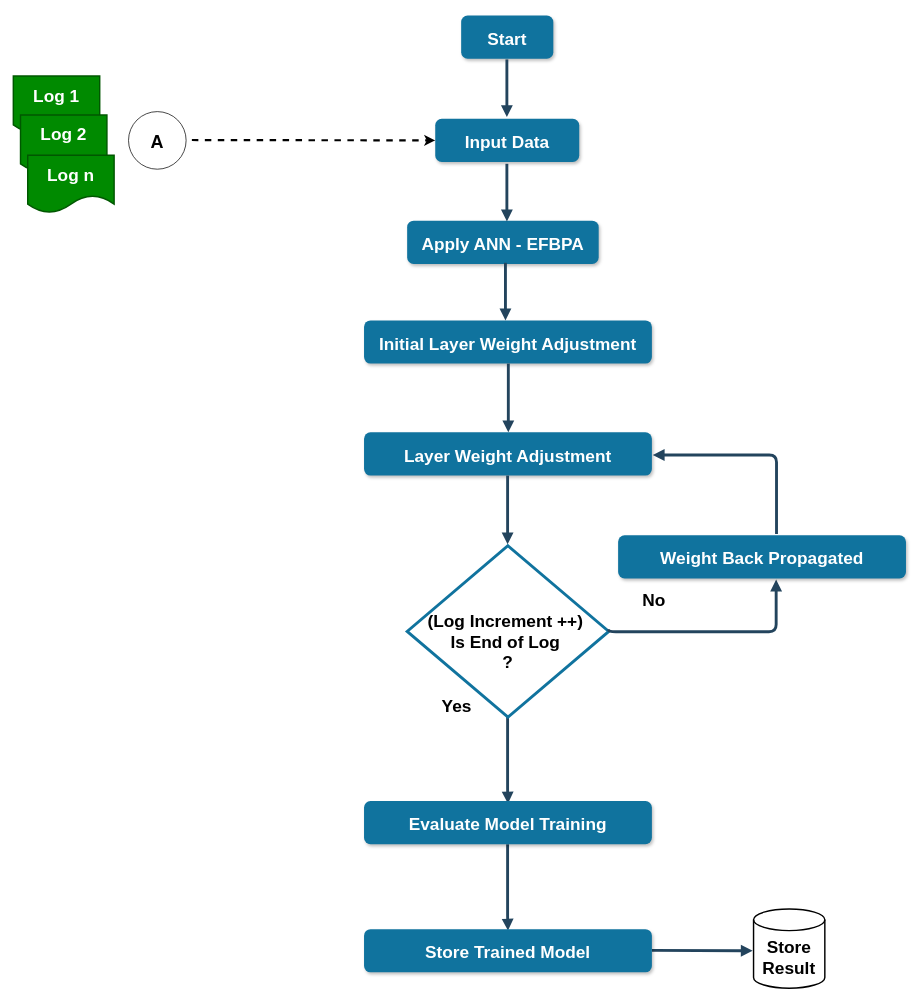
Before: Part B.drawio in Sjbill/Vishal-Deepfake-Dataset, a draw.io diagram. Source tidied: cells renumbered, new cells numbered last; positions are measured from the earlier drawing's top-left corner, leaving out a move shared by most shapes. Both pictures are drawn from the tidied source at 72%, with x=0, y=0 at pixel (13, 15).
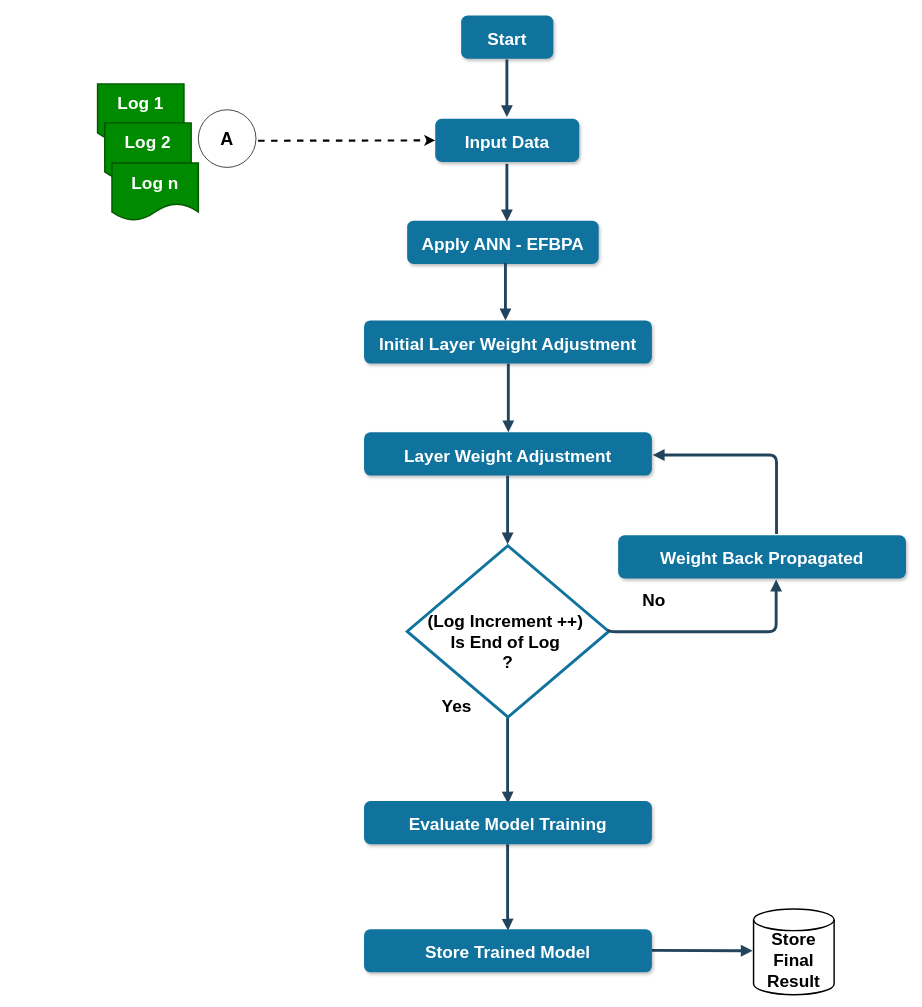
After the change.

The edit, as a diff of the source:
```diff
@@
     <mxCell id="5" value="&lt;b style=&quot;font-size: 24px;&quot;&gt;Log 1&lt;/b&gt;" style="shape=document;whiteSpace=wrap;html=1;boundedLbl=1;strokeWidth=2;fontSize=24;fillColor=#008a00;fontColor=#ffffff;strokeColor=#005700;" parent="1" vertex="1">
-      <mxGeometry y="84" width="120" height="80" as="geometry" />
+      <mxGeometry x="117" y="95" width="120" height="80" as="geometry" />
     </mxCell>
     <mxCell id="6" value="&lt;b style=&quot;font-size: 24px;&quot;&gt;Log 2&lt;/b&gt;" style="shape=document;whiteSpace=wrap;html=1;boundedLbl=1;strokeWidth=2;fontSize=24;fillColor=#008a00;fontColor=#ffffff;strokeColor=#005700;" parent="1" vertex="1">
-      <mxGeometry x="10" y="138.2" width="120" height="80" as="geometry" />
+      <mxGeometry x="127" y="149.2" width="120" height="80" as="geometry" />
     </mxCell>
     <mxCell id="7" style="endArrow=classic;html=1;rounded=0;entryX=1;entryY=0.5;entryDx=0;entryDy=0;dashed=1;strokeWidth=3;fontSize=24;" parent="1" edge="1">
       <mxGeometry relative="1" as="geometry">
-        <mxPoint x="248" y="173" as="sourcePoint" />
+        <mxPoint x="340" y="174" as="sourcePoint" />
         <mxPoint x="586" y="173.5" as="targetPoint" />
       </mxGeometry>
     </mxCell>
@@
     <mxCell id="15" value="&lt;b style=&quot;font-size: 24px;&quot;&gt;Log n&lt;/b&gt;" style="shape=document;whiteSpace=wrap;html=1;boundedLbl=1;strokeWidth=2;fontSize=24;fillColor=#008a00;fontColor=#ffffff;strokeColor=#005700;" parent="1" vertex="1">
-      <mxGeometry x="20" y="194" width="120" height="80" as="geometry" />
+      <mxGeometry x="137" y="205" width="120" height="80" as="geometry" />
     </mxCell>
@@
-    <mxCell id="19" value="&lt;b style=&quot;font-size: 24px;&quot;&gt;Store Result&lt;/b&gt;" style="shape=cylinder3;whiteSpace=wrap;html=1;boundedLbl=1;backgroundOutline=1;size=15;strokeWidth=2;fontSize=24;" parent="1" vertex="1">
-      <mxGeometry x="1028.1" y="1241" width="99" height="110" as="geometry" />
+    <mxCell id="19" value="&lt;b style=&quot;font-size: 24px;&quot;&gt;Store Final Result&lt;/b&gt;" style="shape=cylinder3;whiteSpace=wrap;html=1;boundedLbl=1;backgroundOutline=1;size=15;strokeWidth=2;fontSize=24;" parent="1" vertex="1">
+      <mxGeometry x="1028.1" y="1241" width="111.9" height="119" as="geometry" />
     </mxCell>
@@
     <mxCell id="21" value="&lt;b&gt;&lt;font style=&quot;font-size: 25px;&quot;&gt;A&lt;/font&gt;&lt;/b&gt;" style="ellipse;whiteSpace=wrap;html=1;" parent="1" vertex="1">
-      <mxGeometry x="160" y="133.5" width="80" height="80" as="geometry" />
+      <mxGeometry x="257" y="131" width="80" height="80" as="geometry" />
     </mxCell>
```
